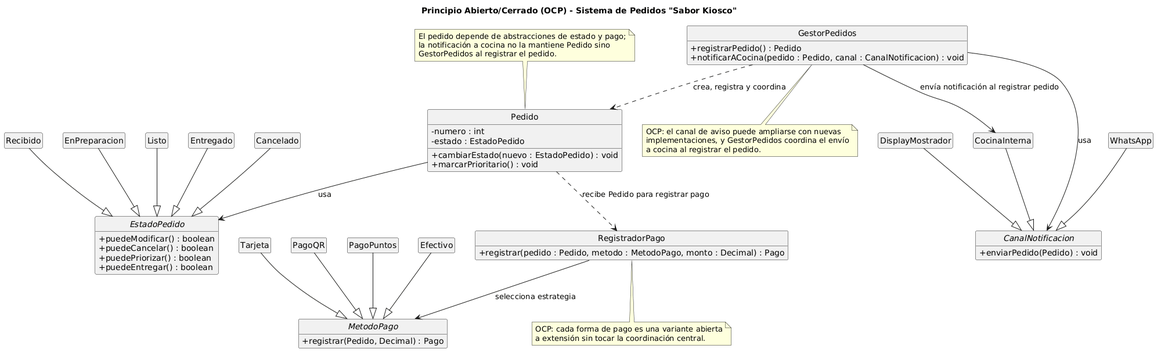
The PlantUML diagram diagramas/01-diagrama-clases/01-solid-02-ocp.png in lucasmengarelli3/SistemaPedidos, before a commit. The source it was exported from:
```plantuml
@startuml
skinparam shadowing false
skinparam classAttributeIconSize 0
hide empty members
hide circle

title Principio Abierto/Cerrado (OCP) - Sistema de Pedidos "Sabor Kiosco"

abstract class EstadoPedido {
  + puedeModificar() : boolean
  + puedeCancelar() : boolean
  + puedePriorizar() : boolean
  + puedeEntregar() : boolean
}

class Recibido
class EnPreparacion
class Listo
class Entregado
class Cancelado

abstract class MetodoPago {
  + registrar(Pedido, Decimal) : Pago
}

class Efectivo
class Tarjeta
class PagoQR
class PagoPuntos

abstract class CanalNotificacion {
  + enviarPedido(Pedido) : void
}

class CocinaInterna
class WhatsApp
class DisplayMostrador

class Pedido {
  - numero : int
  - estado : EstadoPedido
  + cambiarEstado(nuevo : EstadoPedido) : void
  + marcarPrioritario() : void
}

class RegistradorPago {
  + registrar(pedido : Pedido, metodo : MetodoPago, monto : Decimal) : Pago
}

class GestorPedidos {
  + registrarPedido() : Pedido
  + notificarACocina(pedido : Pedido, canal : CanalNotificacion) : void
}

Recibido --|> EstadoPedido
EnPreparacion --|> EstadoPedido
Listo --|> EstadoPedido
Entregado --|> EstadoPedido
Cancelado --|> EstadoPedido

Efectivo --|> MetodoPago
Tarjeta --|> MetodoPago
PagoQR --|> MetodoPago
PagoPuntos --|> MetodoPago

CocinaInterna --|> CanalNotificacion
WhatsApp --|> CanalNotificacion
DisplayMostrador --|> CanalNotificacion

Pedido --> EstadoPedido : usa
Pedido ..> RegistradorPago : recibe Pedido para registrar pago
RegistradorPago --> MetodoPago : selecciona estrategia
GestorPedidos --> CanalNotificacion : usa
GestorPedidos --> CocinaInterna : envía notificación al registrar pedido
GestorPedidos ..> Pedido : crea, registra y coordina

note top of Pedido
  El pedido depende de abstracciones de estado y pago;
  la notificación a cocina no la mantiene Pedido sino
  GestorPedidos al registrar el pedido.
end note

note bottom of RegistradorPago
  OCP: cada forma de pago es una variante abierta
  a extensión sin tocar la coordinación central.
end note

note bottom of GestorPedidos
  OCP: el canal de aviso puede ampliarse con nuevas
  implementaciones, y GestorPedidos coordina el envío
  a cocina al registrar el pedido.
end note
@enduml
```
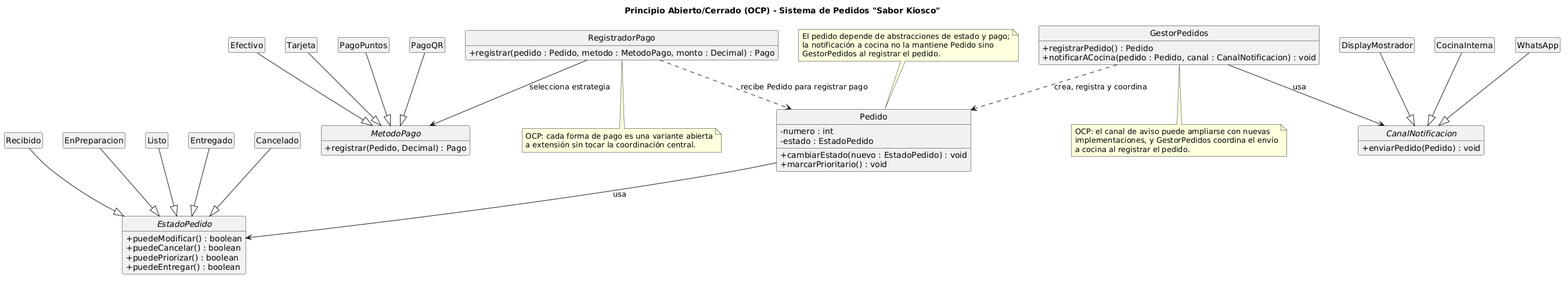
After the change.

Diff of the diagram source:
```diff
@@ -68,10 +68,9 @@
 DisplayMostrador --|> CanalNotificacion
 
 Pedido --> EstadoPedido : usa
-Pedido ..> RegistradorPago : recibe Pedido para registrar pago
+RegistradorPago ..> Pedido : recibe Pedido para registrar pago
 RegistradorPago --> MetodoPago : selecciona estrategia
 GestorPedidos --> CanalNotificacion : usa
-GestorPedidos --> CocinaInterna : envía notificación al registrar pedido
 GestorPedidos ..> Pedido : crea, registra y coordina
 
 note top of Pedido
```
